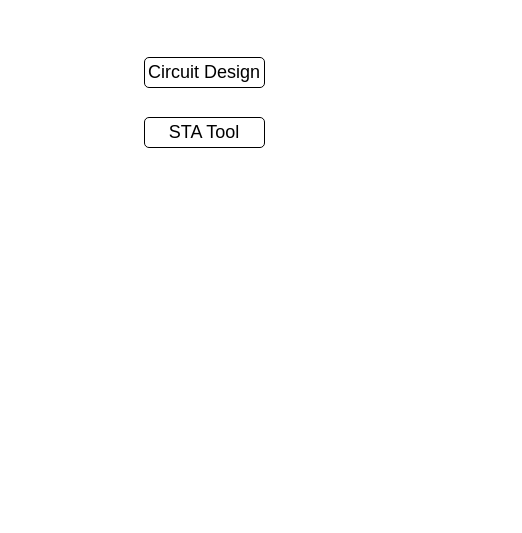
The draw.io diagram framework.drawio in kxzhu0505/Delay-Padding-For-Multi-corner, before the edit. Source tidied: cells renumbered, new cells numbered last; positions are measured from the earlier drawing's top-left corner, leaving out a move shared by most shapes. Both pictures are drawn from the tidied source at 100%, with x=0, y=0 at pixel (144, 57).
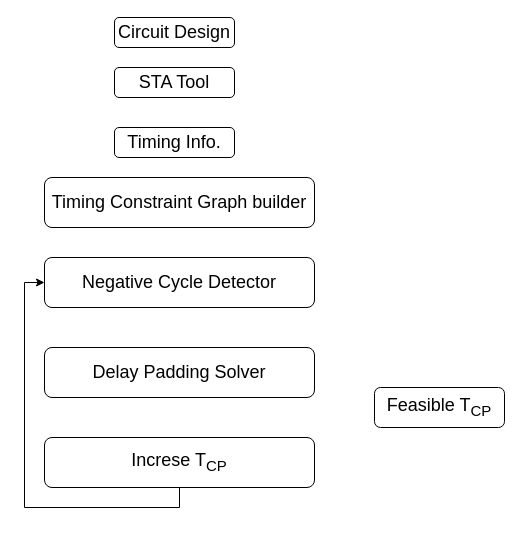
Above is the later version.

Change to the diagram source:
```diff
@@
 <mxGraphModel>
   <root>
     <mxCell id="0" />
     <mxCell id="1" parent="0" />
     <mxCell id="2" value="&lt;font style=&quot;font-size: 18px;&quot;&gt;Circuit Design&lt;/font&gt;" style="rounded=1;whiteSpace=wrap;html=1;" parent="1" vertex="1">
-      <mxGeometry width="120" height="30" as="geometry" />
+      <mxGeometry x="-30" y="-40" width="120" height="30" as="geometry" />
     </mxCell>
     <mxCell id="3" value="&lt;font style=&quot;font-size: 18px;&quot;&gt;STA Tool&lt;/font&gt;" style="rounded=1;whiteSpace=wrap;html=1;" parent="1" vertex="1">
-      <mxGeometry y="60" width="120" height="30" as="geometry" />
+      <mxGeometry x="-30" y="10" width="120" height="30" as="geometry" />
     </mxCell>
+    <mxCell id="4" value="&lt;font style=&quot;font-size: 18px;&quot;&gt;Timing Info.&lt;/font&gt;" style="rounded=1;whiteSpace=wrap;html=1;" parent="1" vertex="1">
+      <mxGeometry x="-30" y="70" width="120" height="30" as="geometry" />
+    </mxCell>
+    <mxCell id="5" value="&lt;font style=&quot;font-size: 18px;&quot;&gt;Timing Constraint Graph builder&lt;/font&gt;" style="rounded=1;whiteSpace=wrap;html=1;" parent="1" vertex="1">
+      <mxGeometry x="-100" y="120" width="270" height="50" as="geometry" />
+    </mxCell>
+    <mxCell id="6" value="&lt;font style=&quot;font-size: 18px;&quot;&gt;Negative Cycle Detector&lt;/font&gt;" style="rounded=1;whiteSpace=wrap;html=1;" parent="1" vertex="1">
+      <mxGeometry x="-100" y="200" width="270" height="50" as="geometry" />
+    </mxCell>
+    <mxCell id="7" value="&lt;font style=&quot;font-size: 18px;&quot;&gt;Delay Padding Solver&lt;/font&gt;" style="rounded=1;whiteSpace=wrap;html=1;" parent="1" vertex="1">
+      <mxGeometry x="-100" y="290" width="270" height="50" as="geometry" />
+    </mxCell>
+    <mxCell id="8" style="edgeStyle=orthogonalEdgeStyle;rounded=0;jettySize=auto;html=1;entryX=0;entryY=0.5;entryDx=0;entryDy=0;" parent="1" edge="1" source="9" target="6">
+      <mxGeometry relative="1" as="geometry">
+        <Array as="points">
+          <mxPoint x="35" y="450" />
+          <mxPoint x="-120" y="450" />
+          <mxPoint x="-120" y="225" />
+        </Array>
+      </mxGeometry>
+    </mxCell>
+    <mxCell id="9" value="&lt;span style=&quot;font-size: 18px;&quot;&gt;Increse T&lt;sub&gt;CP&lt;/sub&gt;&lt;/span&gt;" style="rounded=1;whiteSpace=wrap;html=1;" parent="1" vertex="1">
+      <mxGeometry x="-100" y="380" width="270" height="50" as="geometry" />
+    </mxCell>
+    <mxCell id="10" value="&lt;font style=&quot;font-size: 18px;&quot;&gt;Feasible T&lt;sub&gt;CP&lt;/sub&gt;&lt;/font&gt;" style="rounded=1;whiteSpace=wrap;html=1;" parent="1" vertex="1">
+      <mxGeometry x="230" y="330" width="130" height="40" as="geometry" />
+    </mxCell>
   </root>
 </mxGraphModel>
```
